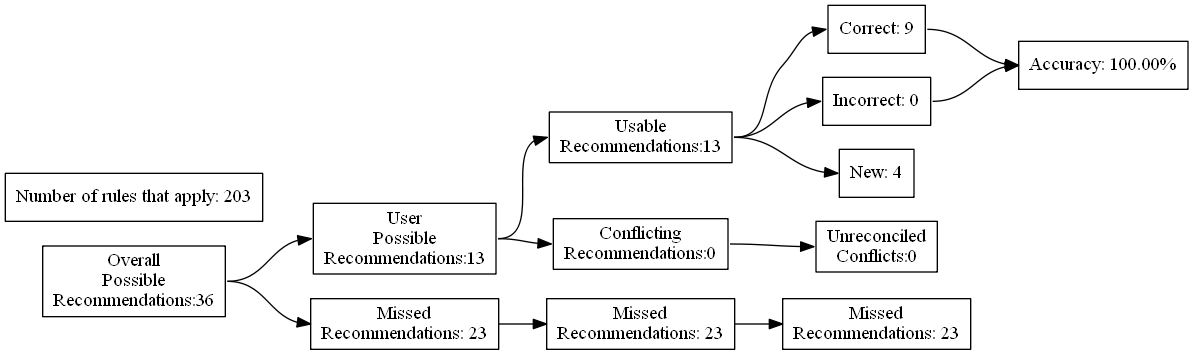
This is test_renders/20.gv.png from ZaxR/ibd_diet_analysis, a Graphviz export, as it was before one commit. Its source is kept beside it as test_renders/20.gv.
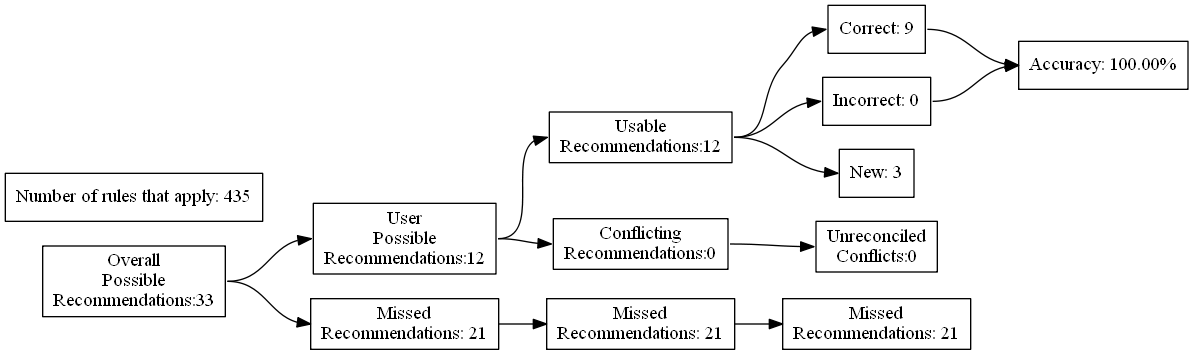
After the change.

What changed in the source:
```diff
@@ -4,27 +4,27 @@
 	edge [headport=w tailport=e]
 		A [label="Overall
 Possible
-Recommendations:36"]
+Recommendations:33"]
 		B [label="User
 Possible
-Recommendations:13"]
+Recommendations:12"]
 		C [label="Missed
-Recommendations: 23"]
+Recommendations: 21"]
 		D [label="Usable
-Recommendations:13"]
+Recommendations:12"]
 		E [label="Conflicting
 Recommendations:0"]
 		J [label="Missed
-Recommendations: 23"]
+Recommendations: 21"]
 		M [label="Unreconciled
 Conflicts:0"]
 		F [label="Correct: 9"]
 		G [label="Incorrect: 0"]
-		H [label="New: 4"]
+		H [label="New: 3"]
 		K [label="Missed
-Recommendations: 23"]
+Recommendations: 21"]
 		I [label="Accuracy: 100.00%"]
-		l [label="Number of rules that apply: 203"]
+		l [label="Number of rules that apply: 435"]
 			A -> B
 			A -> C
 			B -> D
```
